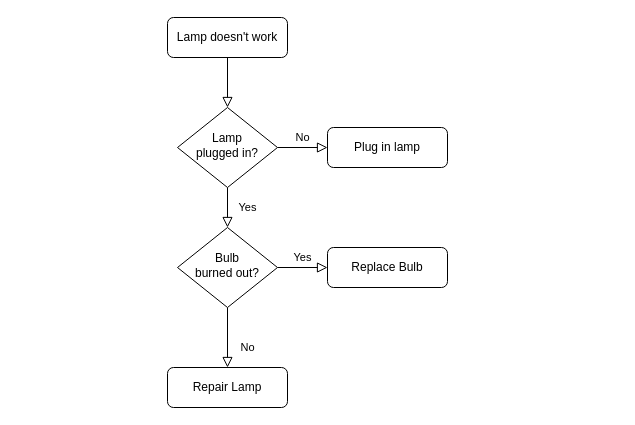
Above: Untitled Diagram.drawio in Leewansze/Basic-exercises (draw.io), before the change. Source tidied: cells renumbered, new cells numbered last; positions are measured from the earlier drawing's top-left corner, leaving out a move shared by most shapes. Both pictures are drawn from the tidied source at 100%, with x=0, y=0 at pixel (167, 17).
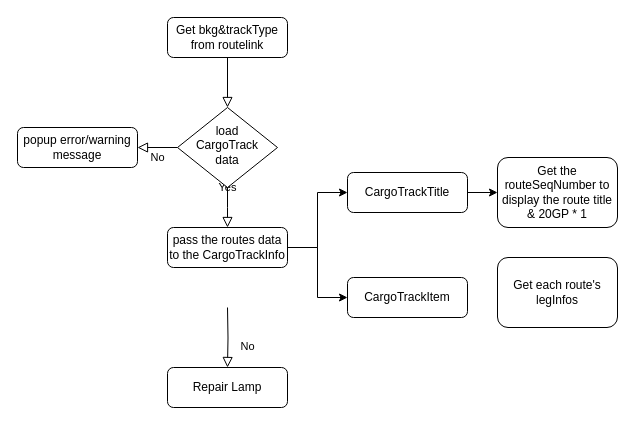
The same page after the edit.

Change to the diagram source:
```diff
@@
 <mxGraphModel>
   <root>
     <mxCell id="0" />
     <mxCell id="1" parent="0" />
     <mxCell id="2" style="rounded=0;html=1;jettySize=auto;fontSize=11;endArrow=block;endFill=0;endSize=8;strokeWidth=1;shadow=0;labelBackgroundColor=none;edgeStyle=orthogonalEdgeStyle;" parent="1" edge="1" source="3" target="6">
       <mxGeometry relative="1" as="geometry" />
     </mxCell>
-    <mxCell id="3" value="Lamp doesn't work" style="rounded=1;whiteSpace=wrap;html=1;fontSize=12;glass=0;strokeWidth=1;shadow=0;" parent="1" vertex="1">
+    <mxCell id="3" value="Get bkg&amp;amp;trackType from routelink" style="rounded=1;whiteSpace=wrap;html=1;fontSize=12;glass=0;strokeWidth=1;shadow=0;" parent="1" vertex="1">
       <mxGeometry width="120" height="40" as="geometry" />
     </mxCell>
-    <mxCell id="4" value="Yes" style="rounded=0;html=1;jettySize=auto;fontSize=11;endArrow=block;endFill=0;endSize=8;strokeWidth=1;shadow=0;labelBackgroundColor=none;edgeStyle=orthogonalEdgeStyle;" parent="1" edge="1" source="6" target="10">
-      <mxGeometry y="20" relative="1" as="geometry" />
+    <mxCell id="4" value="Yes" style="rounded=0;html=1;jettySize=auto;fontSize=11;endArrow=block;endFill=0;endSize=8;strokeWidth=1;shadow=0;labelBackgroundColor=none;edgeStyle=orthogonalEdgeStyle;" parent="1" edge="1" source="6">
+      <mxGeometry y="20" relative="1" as="geometry">
+        <mxPoint x="60" y="210" as="targetPoint" />
+      </mxGeometry>
     </mxCell>
     <mxCell id="5" value="No" style="edgeStyle=orthogonalEdgeStyle;rounded=0;html=1;jettySize=auto;fontSize=11;endArrow=block;endFill=0;endSize=8;strokeWidth=1;shadow=0;labelBackgroundColor=none;" parent="1" edge="1" source="6" target="7">
       <mxGeometry y="10" relative="1" as="geometry" />
     </mxCell>
-    <mxCell id="6" value="Lamp&lt;br&gt;plugged in?" style="rhombus;whiteSpace=wrap;html=1;shadow=0;fontFamily=Helvetica;fontSize=12;align=center;strokeWidth=1;spacing=6;spacingTop=-4;" parent="1" vertex="1">
+    <mxCell id="6" value="load&lt;br&gt;CargoTrack &lt;br&gt;data" style="rhombus;whiteSpace=wrap;html=1;shadow=0;fontFamily=Helvetica;fontSize=12;align=center;strokeWidth=1;spacing=6;spacingTop=-4;" parent="1" vertex="1">
       <mxGeometry x="10" y="90" width="100" height="80" as="geometry" />
     </mxCell>
-    <mxCell id="7" value="Plug in lamp" style="rounded=1;whiteSpace=wrap;html=1;fontSize=12;glass=0;strokeWidth=1;shadow=0;" parent="1" vertex="1">
-      <mxGeometry x="160" y="110" width="120" height="40" as="geometry" />
+    <mxCell id="7" value="popup error/warning message" style="rounded=1;whiteSpace=wrap;html=1;fontSize=12;glass=0;strokeWidth=1;shadow=0;" parent="1" vertex="1">
+      <mxGeometry x="-150" y="110" width="120" height="40" as="geometry" />
     </mxCell>
-    <mxCell id="8" value="No" style="rounded=0;html=1;jettySize=auto;fontSize=11;endArrow=block;endFill=0;endSize=8;strokeWidth=1;shadow=0;labelBackgroundColor=none;edgeStyle=orthogonalEdgeStyle;" parent="1" edge="1" source="10" target="11">
-      <mxGeometry x="0.33" y="20" relative="1" as="geometry" />
+    <mxCell id="8" value="No" style="rounded=0;html=1;jettySize=auto;fontSize=11;endArrow=block;endFill=0;endSize=8;strokeWidth=1;shadow=0;labelBackgroundColor=none;edgeStyle=orthogonalEdgeStyle;" parent="1" edge="1" target="11">
+      <mxGeometry x="0.33" y="20" relative="1" as="geometry">
+        <mxPoint x="60" y="290" as="sourcePoint" />
+      </mxGeometry>
     </mxCell>
-    <mxCell id="9" value="Yes" style="edgeStyle=orthogonalEdgeStyle;rounded=0;html=1;jettySize=auto;fontSize=11;endArrow=block;endFill=0;endSize=8;strokeWidth=1;shadow=0;labelBackgroundColor=none;" parent="1" edge="1" source="10" target="12">
-      <mxGeometry y="10" relative="1" as="geometry" />
-    </mxCell>
-    <mxCell id="10" value="Bulb&lt;br&gt;burned out?" style="rhombus;whiteSpace=wrap;html=1;shadow=0;fontFamily=Helvetica;fontSize=12;align=center;strokeWidth=1;spacing=6;spacingTop=-4;" parent="1" vertex="1">
-      <mxGeometry x="10" y="210" width="100" height="80" as="geometry" />
-    </mxCell>
     <mxCell id="11" value="Repair Lamp" style="rounded=1;whiteSpace=wrap;html=1;fontSize=12;glass=0;strokeWidth=1;shadow=0;" parent="1" vertex="1">
       <mxGeometry y="350" width="120" height="40" as="geometry" />
     </mxCell>
-    <mxCell id="12" value="Replace Bulb" style="rounded=1;whiteSpace=wrap;html=1;fontSize=12;glass=0;strokeWidth=1;shadow=0;" parent="1" vertex="1">
-      <mxGeometry x="160" y="230" width="120" height="40" as="geometry" />
-    </mxCell>
+    <mxCell id="13" style="edgeStyle=orthogonalEdgeStyle;rounded=0;jettySize=auto;html=1;entryX=0;entryY=0.5;entryDx=0;entryDy=0;" parent="1" edge="1" source="14" target="16">
+      <mxGeometry relative="1" as="geometry" />
+    </mxCell>
+    <mxCell id="14" value="pass the routes data to the CargoTrackInfo" style="rounded=1;whiteSpace=wrap;html=1;fontSize=12;glass=0;strokeWidth=1;shadow=0;" parent="1" vertex="1">
+      <mxGeometry y="210" width="120" height="40" as="geometry" />
+    </mxCell>
+    <mxCell id="15" style="edgeStyle=orthogonalEdgeStyle;rounded=0;jettySize=auto;html=1;entryX=0;entryY=0.5;entryDx=0;entryDy=0;" parent="1" edge="1" source="16" target="19">
+      <mxGeometry relative="1" as="geometry" />
+    </mxCell>
+    <mxCell id="16" value="CargoTrackTitle" style="rounded=1;whiteSpace=wrap;html=1;fontSize=12;glass=0;strokeWidth=1;shadow=0;" parent="1" vertex="1">
+      <mxGeometry x="180" y="155" width="120" height="40" as="geometry" />
+    </mxCell>
+    <mxCell id="17" style="edgeStyle=orthogonalEdgeStyle;rounded=0;jettySize=auto;html=1;exitX=1;exitY=0.5;exitDx=0;exitDy=0;entryX=0;entryY=0.5;entryDx=0;entryDy=0;" parent="1" edge="1" source="14" target="18">
+      <mxGeometry relative="1" as="geometry" />
+    </mxCell>
+    <mxCell id="18" value="CargoTrackItem" style="rounded=1;whiteSpace=wrap;html=1;fontSize=12;glass=0;strokeWidth=1;shadow=0;" parent="1" vertex="1">
+      <mxGeometry x="180" y="260" width="120" height="40" as="geometry" />
+    </mxCell>
+    <mxCell id="19" value="Get the routeSeqNumber to display the route title &amp;amp; 20GP * 1" style="rounded=1;whiteSpace=wrap;html=1;fontSize=12;glass=0;strokeWidth=1;shadow=0;" parent="1" vertex="1">
+      <mxGeometry x="330" y="140" width="120" height="70" as="geometry" />
+    </mxCell>
+    <mxCell id="20" value="Get each route's legInfos" style="rounded=1;whiteSpace=wrap;html=1;fontSize=12;glass=0;strokeWidth=1;shadow=0;" parent="1" vertex="1">
+      <mxGeometry x="330" y="240" width="120" height="70" as="geometry" />
+    </mxCell>
   </root>
 </mxGraphModel>
```
